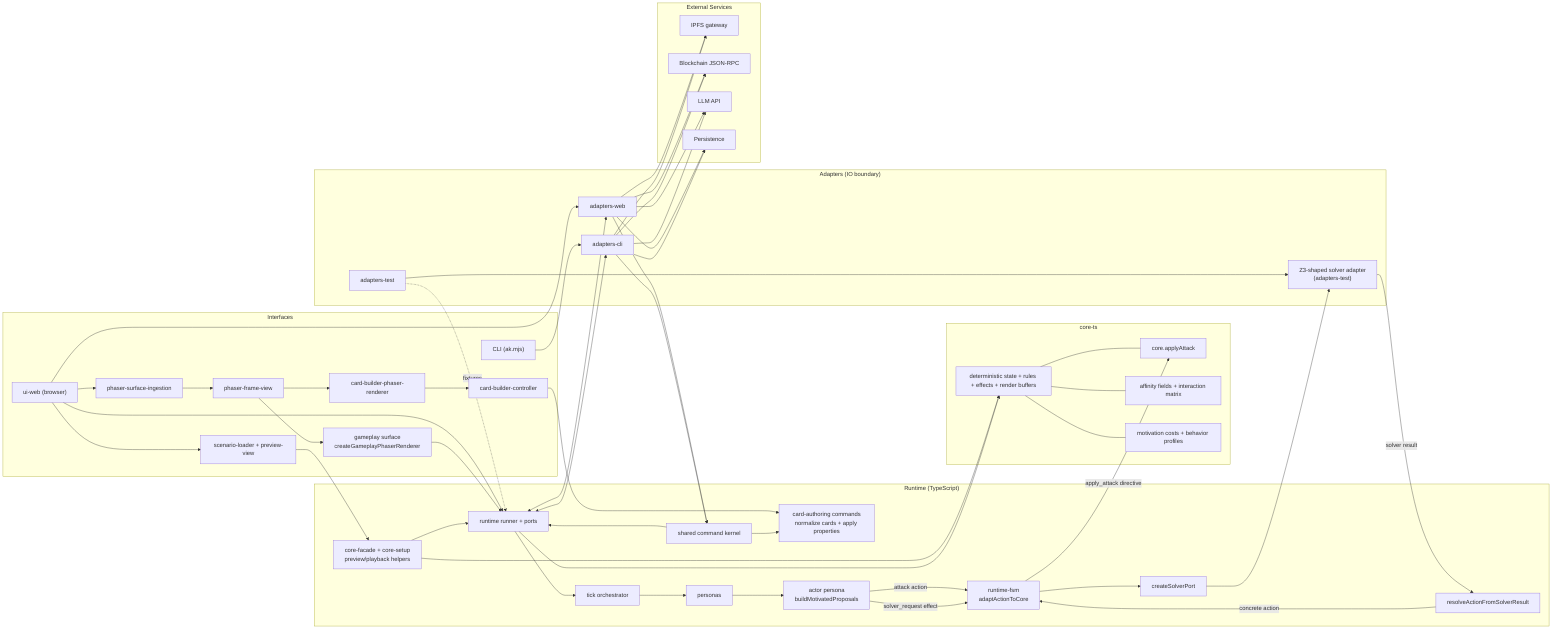
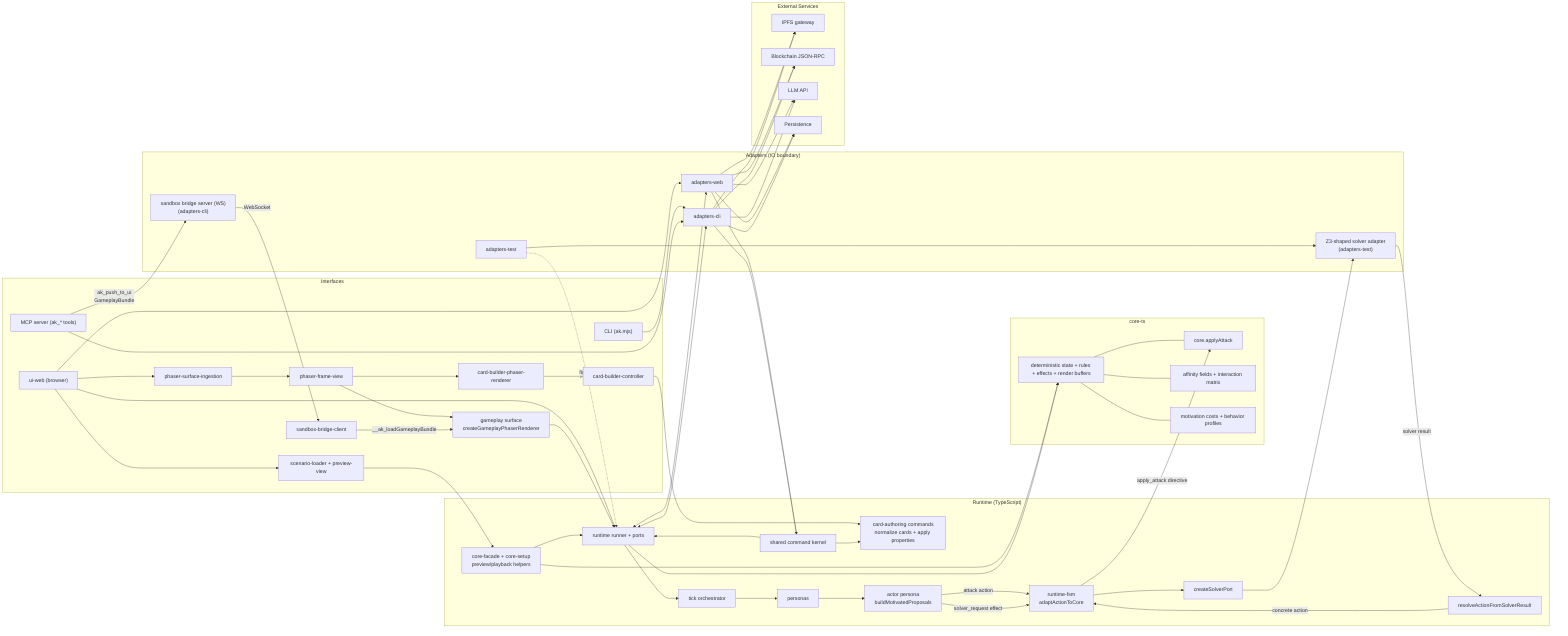
%% Architecture overview (Ports & Adapters)
flowchart LR
  subgraph Interfaces["Interfaces"]
    UIWeb["ui-web (browser)"]
    PhaserFrame["phaser-frame-view"]
    CardBuilderRenderer["card-builder-phaser-renderer"]
    CardBuilderController["card-builder-controller"]
    GameplaySurface["gameplay surface\ncreateGameplayPhaserRenderer"]
    PhaserIngestion["phaser-surface-ingestion"]
    ScenarioLoader["scenario-loader + preview-view"]
+     BridgeClient["sandbox-bridge-client"]
    CLI["CLI (ak.mjs)"]
+     MCP["MCP server (ak_* tools)"]
  end

  subgraph Runtime["Runtime (TypeScript)"]
    CommandKernel["shared command kernel"]
    CardAuthoring["card-authoring commands\nnormalize cards + apply properties"]
    RuntimePorts["runtime runner + ports"]
    CoreFacade["core-facade + core-setup\npreview/playback helpers"]
    TickOrch["tick orchestrator"]
    Personas["personas"]
    ActorPersona["actor persona\nbuildMotivatedProposals"]
    RuntimeFSM["runtime-fsm\nadaptActionToCore"]
    SolverPort["createSolverPort"]
    SolverResolver["resolveActionFromSolverResult"]
  end

  subgraph Core["core-ts"]
    CoreEngine["deterministic state + rules + effects + render buffers"]
    CombatCore["core.applyAttack"]
    AffinityCore["affinity fields + interaction matrix"]
    MotivationCore["motivation costs + behavior profiles"]
    CoreEngine --- AffinityCore
    CoreEngine --- MotivationCore
    CoreEngine --- CombatCore
  end

  subgraph Adapters["Adapters (IO boundary)"]
    AWeb["adapters-web"]
    ACli["adapters-cli"]
    ATest["adapters-test"]
    Z3Adapter["Z3-shaped solver adapter\n(adapters-test)"]
+     BridgeServer["sandbox bridge server (WS)\n(adapters-cli)"]
  end

  subgraph External["External Services"]
    IPFS["IPFS gateway"]
    Chain["Blockchain JSON-RPC"]
    LLM["LLM API"]
    Storage["Persistence"]
  end

  UIWeb --> RuntimePorts
  UIWeb --> AWeb
  UIWeb --> PhaserIngestion
  PhaserIngestion --> PhaserFrame
  PhaserFrame --> CardBuilderRenderer
  CardBuilderRenderer --> CardBuilderController
  CardBuilderController --> CardAuthoring
  PhaserFrame --> GameplaySurface
  GameplaySurface --> RuntimePorts
  ScenarioLoader --> CoreFacade
  UIWeb --> ScenarioLoader
  CLI --> ACli
+   MCP --> ACli
+   MCP -- "ak_push_to_ui\nGameplayBundle" --> BridgeServer
+   BridgeServer -- "WebSocket" --> BridgeClient
+   BridgeClient -- "__ak_loadGameplayBundle" --> GameplaySurface
  AWeb --> CommandKernel
  ACli --> CommandKernel
  CommandKernel --> CardAuthoring
  CommandKernel --> RuntimePorts
  CoreFacade --> RuntimePorts
  CoreFacade --> CoreEngine
  RuntimePorts --> TickOrch
  TickOrch --> Personas
  RuntimePorts --> CoreEngine
  Personas --> ActorPersona
  ActorPersona -- "attack action" --> RuntimeFSM
  RuntimeFSM -- "apply_attack directive" --> CombatCore
  ActorPersona -- "solver_request effect" --> RuntimeFSM
  RuntimeFSM --> SolverPort
  SolverPort --> Z3Adapter
  Z3Adapter -- "solver result" --> SolverResolver
  SolverResolver -- "concrete action" --> RuntimeFSM

  RuntimePorts <--> AWeb
  RuntimePorts <--> ACli
  ATest -.fixtures.-> RuntimePorts
  ATest --> Z3Adapter

  AWeb --> IPFS
  AWeb --> Chain
  AWeb --> LLM
  AWeb --> Storage
  ACli --> IPFS
  ACli --> Chain
  ACli --> LLM
  ACli --> Storage
